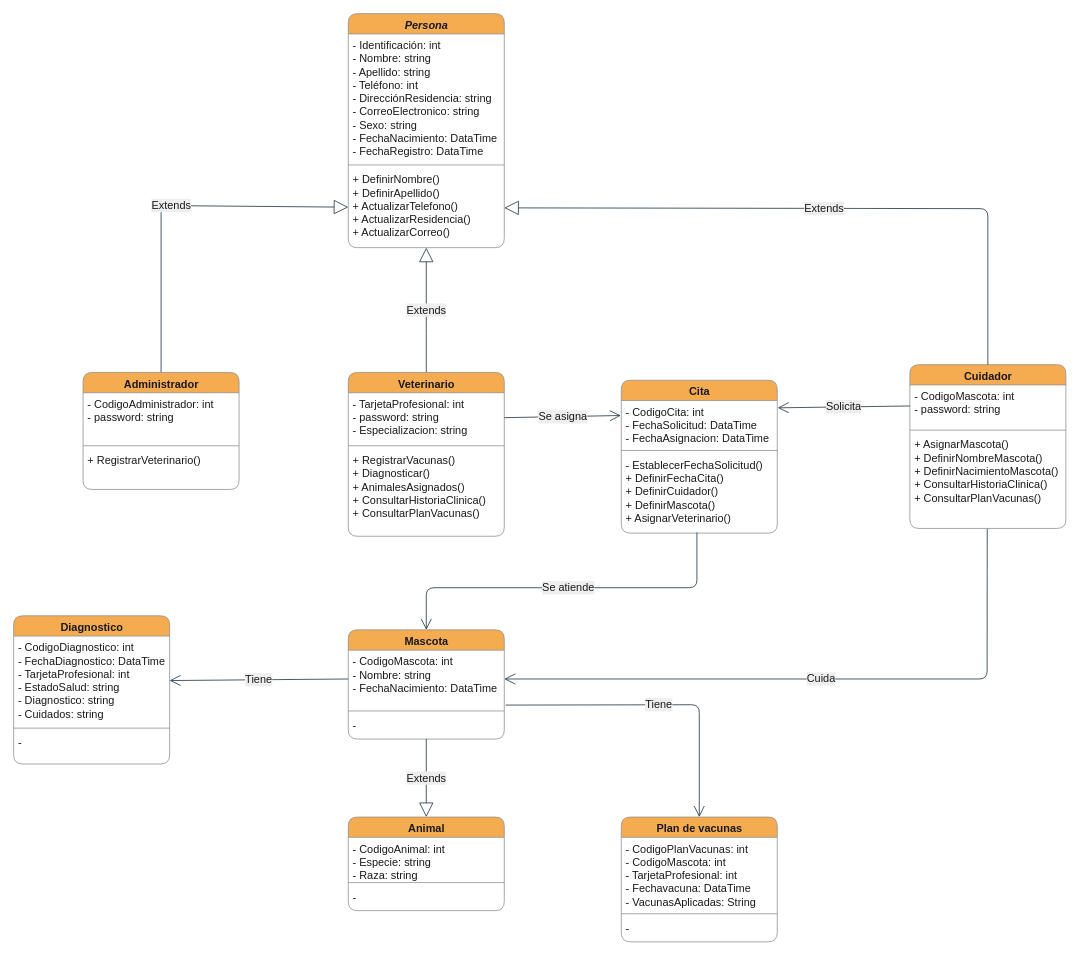
This is page "Diagrama de clases" (1 of 3) of Diagramas.drawio from juandabi/teleVeterinaria, a draw.io file, before an edit. Source tidied: cells renumbered, new cells numbered last; positions are measured from the earlier drawing's top-left corner, leaving out a move shared by most shapes. Both pictures are drawn from the tidied source at 78%, with x=0, y=0 at pixel (13, 13).
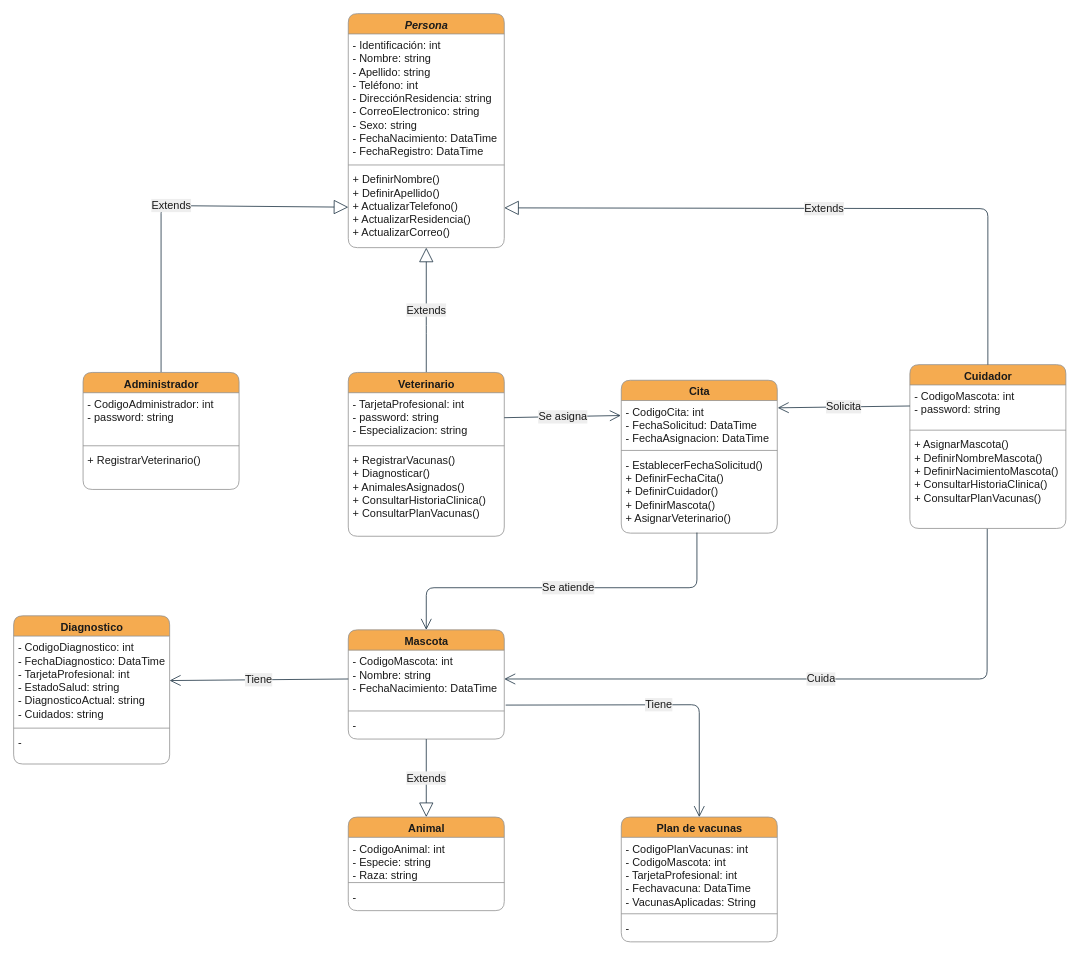
After the change.

Commit message (it also covers changes not shown here):
Se actualiza la palabra diagnostico a diagnosticoActual

Unchanged cells that the change refers to:
```xml
<mxCell id="37" value="Diagnostico" style="swimlane;fontStyle=1;align=center;verticalAlign=top;horizontal=1;startSize=26;fontSize=14;html=1;rounded=1;fillColor=#F5AB50;strokeColor=#909090;fontColor=#1A1A1A;" parent="1" vertex="1">
  <mxGeometry y="772" width="200" height="190" as="geometry" />
</mxCell>
```

What changed in the source:
```diff
@@
-    <mxCell id="38" value="- CodigoDiagnostico: int&#10;- FechaDiagnostico: DataTime&#10;- TarjetaProfesional: int&#10;- EstadoSalud: string&#10;- Diagnostico: string&#10;- Cuidados: string" style="text;strokeColor=none;fillColor=none;align=left;verticalAlign=top;spacingLeft=4;spacingRight=4;overflow=hidden;points=[[0,0.5],[1,0.5]];portConstraint=eastwest;fontSize=14;rounded=1;fontColor=#1A1A1A;" parent="37" vertex="1">
+    <mxCell id="38" value="- CodigoDiagnostico: int&#10;- FechaDiagnostico: DataTime&#10;- TarjetaProfesional: int&#10;- EstadoSalud: string&#10;- DiagnosticoActual: string&#10;- Cuidados: string" style="text;strokeColor=none;fillColor=none;align=left;verticalAlign=top;spacingLeft=4;spacingRight=4;overflow=hidden;points=[[0,0.5],[1,0.5]];portConstraint=eastwest;fontSize=14;rounded=1;fontColor=#1A1A1A;" parent="37" vertex="1">
       <mxGeometry y="26" width="200" height="114" as="geometry" />
     </mxCell>
```
